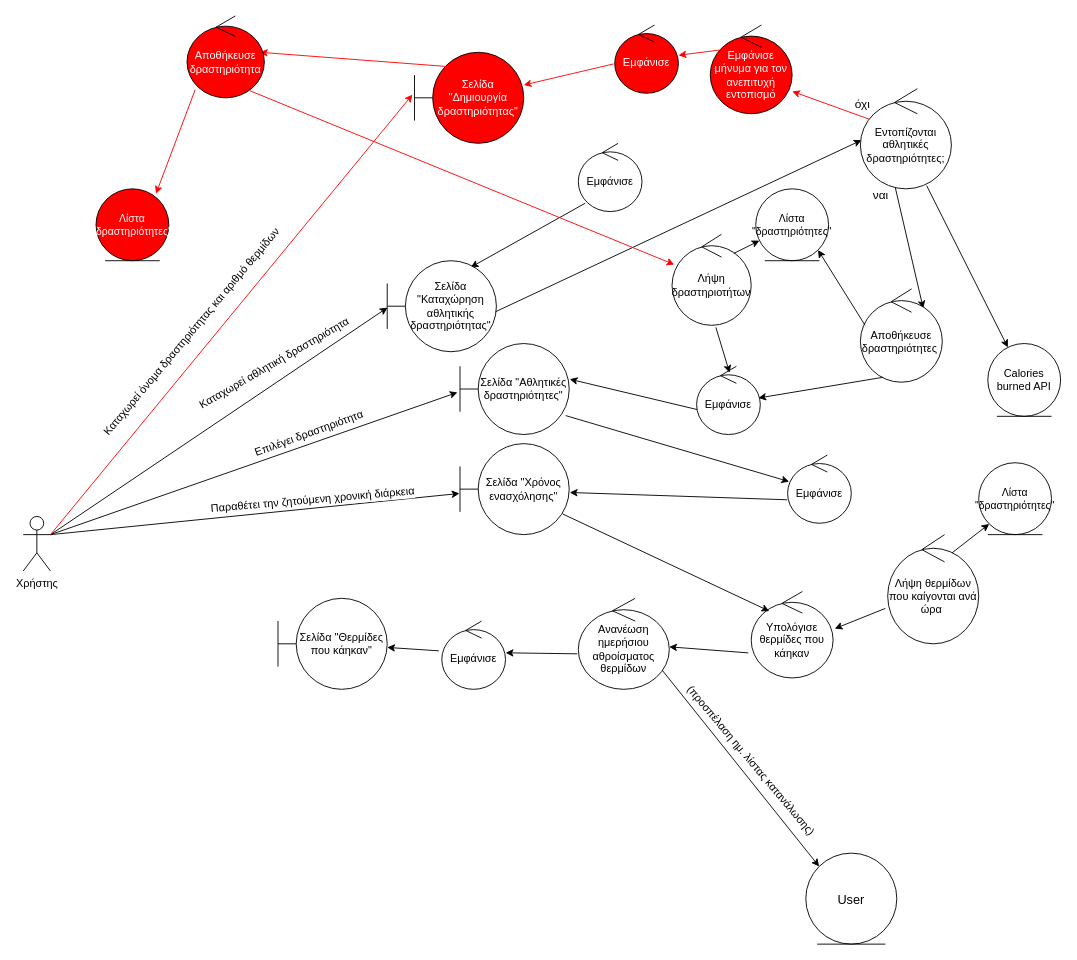
The draw.io diagram ΤΕΛΙΚΟ ΠΑΡΑΔΟΤΕΟ/Robustness_diag_v1.0/rd_άθληση_και_υπολ_θερμίδων.drawio in Dionkaps/Eu-Zin, before the edit. Source tidied: cells renumbered, new cells numbered last; positions are measured from the earlier drawing's top-left corner, leaving out a move shared by most shapes. Both pictures are drawn from the tidied source at 91%, with x=0, y=0 at pixel (23, 15).
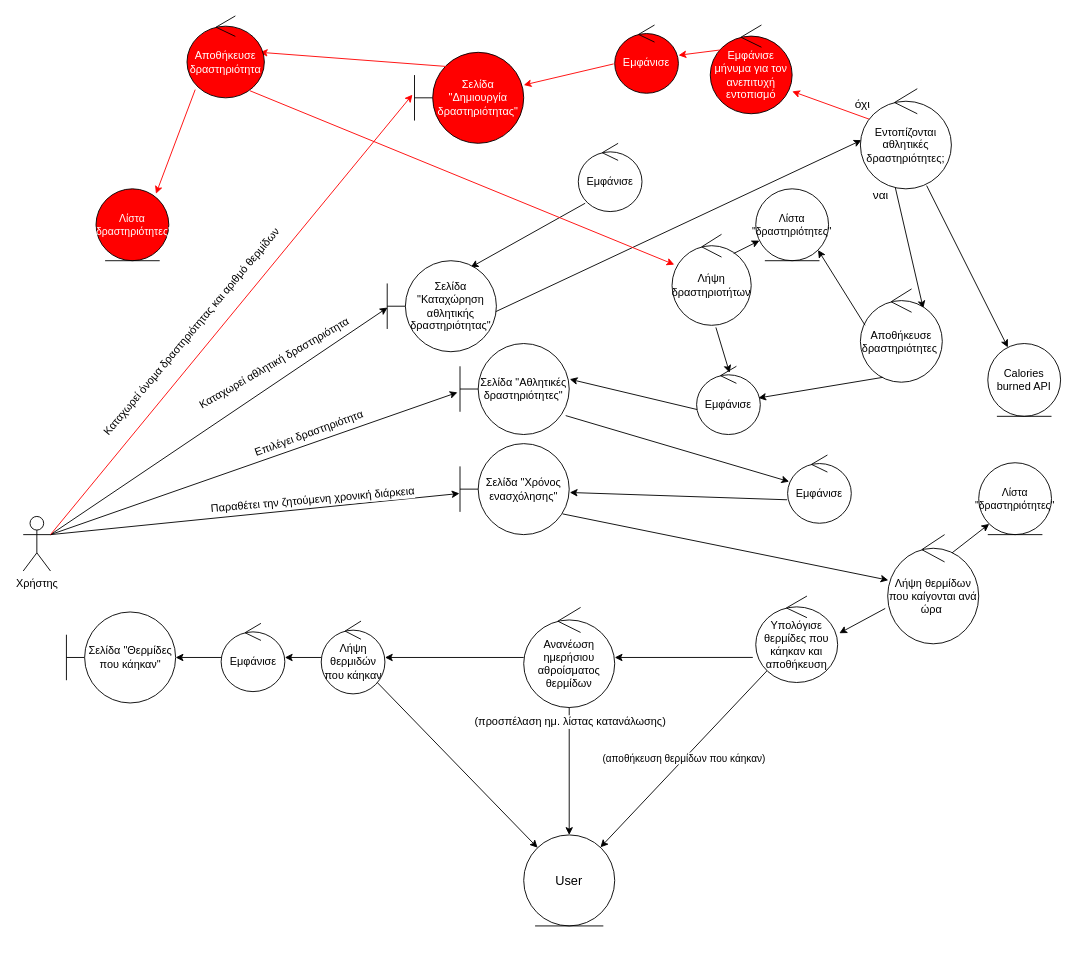
After the change.

The change refers to these unchanged cells:
```xml
<mxCell id="22" value="&lt;font&gt;Σελίδα &quot;Χρόνος ενασχόλησης&quot;&lt;/font&gt;" style="shape=umlBoundary;whiteSpace=wrap;html=1;strokeColor=#000000;fontColor=#000000;" parent="1" vertex="1">
  <mxGeometry x="480" y="470" width="120" height="100" as="geometry" />
</mxCell>
<mxCell id="58" value="Λήψη θερμίδων που καίγονται ανά ώρα&amp;nbsp;" style="ellipse;shape=umlControl;whiteSpace=wrap;html=1;strokeColor=#000000;" parent="1" vertex="1">
  <mxGeometry x="950" y="570" width="100" height="120" as="geometry" />
</mxCell>
```

Change to the diagram source:
```diff
@@
+    <mxCell id="61" value="(αποθήκευση θερμίδων που κάηκαν)" style="rounded=0;jettySize=auto;html=1;" parent="1" edge="1" source="25" target="30">
+      <mxGeometry relative="1" as="geometry" />
+    </mxCell>
-    <mxCell id="25" value="Υπολόγισε θερμίδες που κάηκαν" style="ellipse;shape=umlControl;whiteSpace=wrap;html=1;strokeColor=#000000;" parent="1" vertex="1">
-      <mxGeometry x="800" y="632.5" width="90" height="95" as="geometry" />
+    <mxCell id="25" value="Υπολόγισε θερμίδες που κάηκαν και αποθήκευση" style="ellipse;shape=umlControl;whiteSpace=wrap;html=1;strokeColor=#000000;" parent="1" vertex="1">
+      <mxGeometry x="805" y="637.5" width="90" height="95" as="geometry" />
     </mxCell>
@@
+    <mxCell id="53" style="edgeStyle=none;rounded=0;jettySize=auto;html=1;" parent="1" edge="1" source="27" target="28">
+      <mxGeometry relative="1" as="geometry" />
+    </mxCell>
     <mxCell id="27" value="Εμφάνισε" style="ellipse;shape=umlControl;whiteSpace=wrap;html=1;strokeColor=#000000;" parent="1" vertex="1">
-      <mxGeometry x="460" y="665" width="70" height="75" as="geometry" />
+      <mxGeometry x="217.5" y="667.5" width="70" height="75" as="geometry" />
     </mxCell>
     <mxCell id="28" value="&lt;font&gt;Σελίδα &quot;Θερμίδες που κάηκαν&quot;&lt;/font&gt;" style="shape=umlBoundary;whiteSpace=wrap;html=1;strokeColor=#000000;fontColor=#000000;" parent="1" vertex="1">
-      <mxGeometry x="280" y="640" width="120" height="100" as="geometry" />
+      <mxGeometry x="47.5" y="655" width="120" height="100" as="geometry" />
     </mxCell>
     <mxCell id="29" value="Ανανέωση ημερήσιου αθροίσματος θερμίδων" style="ellipse;shape=umlControl;whiteSpace=wrap;html=1;strokeColor=#000000;" parent="1" vertex="1">
-      <mxGeometry x="610" y="640" width="100" height="100" as="geometry" />
+      <mxGeometry x="550" y="650" width="100" height="110" as="geometry" />
     </mxCell>
+    <mxCell id="62" style="edgeStyle=none;rounded=0;jettySize=auto;html=1;" parent="1" edge="1" source="64" target="30">
+      <mxGeometry relative="1" as="geometry" />
+    </mxCell>
     <mxCell id="30" value="&lt;font style=&quot;font-size: 14px;&quot;&gt;User&lt;/font&gt;" style="ellipse;shape=umlEntity;whiteSpace=wrap;html=1;fontSize=16;strokeColor=#000000;fontColor=#000000;" parent="1" vertex="1">
-      <mxGeometry x="860" y="920" width="100" height="100" as="geometry" />
+      <mxGeometry x="550" y="900" width="100" height="100" as="geometry" />
     </mxCell>
-    <mxCell id="31" style="edgeStyle=none;rounded=0;jettySize=auto;html=1;exitX=0.922;exitY=0.79;exitDx=0;exitDy=0;exitPerimeter=0;entryX=0;entryY=0;entryDx=0;entryDy=0;" parent="1" edge="1" source="29" target="30">
+    <mxCell id="31" style="edgeStyle=none;rounded=0;jettySize=auto;html=1;entryX=0.5;entryY=0;entryDx=0;entryDy=0;" parent="1" edge="1" source="29" target="30">
       <mxGeometry relative="1" as="geometry" />
     </mxCell>
@@
-    <mxCell id="44" style="edgeStyle=none;rounded=0;jettySize=auto;html=1;exitX=0.939;exitY=0.772;exitDx=0;exitDy=0;exitPerimeter=0;entryX=0.221;entryY=0.227;entryDx=0;entryDy=0;entryPerimeter=0;" parent="1" edge="1" source="22" target="25">
+    <mxCell id="44" style="edgeStyle=none;rounded=0;jettySize=auto;html=1;exitX=0.939;exitY=0.772;exitDx=0;exitDy=0;exitPerimeter=0;" parent="1" edge="1" source="22" target="58">
       <mxGeometry relative="1" as="geometry" />
     </mxCell>
@@
-    <mxCell id="52" style="edgeStyle=none;rounded=0;jettySize=auto;html=1;exitX=-0.01;exitY=0.61;exitDx=0;exitDy=0;exitPerimeter=0;entryX=1.002;entryY=0.465;entryDx=0;entryDy=0;entryPerimeter=0;" parent="1" edge="1" source="29" target="27">
+    <mxCell id="52" style="edgeStyle=none;rounded=0;jettySize=auto;html=1;" parent="1" edge="1" source="29" target="64">
       <mxGeometry relative="1" as="geometry" />
     </mxCell>
-    <mxCell id="53" style="edgeStyle=none;rounded=0;jettySize=auto;html=1;exitX=-0.046;exitY=0.436;exitDx=0;exitDy=0;exitPerimeter=0;" parent="1" edge="1" source="27" target="28">
-      <mxGeometry relative="1" as="geometry" />
-    </mxCell>
@@
-    <mxCell id="60" value="(προσπέλαση ημ. λίστας κατανάλωσης)" style="edgeLabel;html=1;align=center;verticalAlign=middle;fontSize=12;rotation=50;" parent="1" vertex="1">
-      <mxGeometry x="810" y="820" as="geometry">
-        <mxPoint x="-9" y="6" as="offset" />
+    <mxCell id="60" value="(προσπέλαση ημ. λίστας κατανάλωσης)" style="edgeLabel;html=1;align=center;verticalAlign=middle;fontSize=12;rotation=0;" parent="1" vertex="1">
+      <mxGeometry x="610" y="790" as="geometry">
+        <mxPoint x="-10" y="-15" as="offset" />
       </mxGeometry>
     </mxCell>
+    <mxCell id="63" style="edgeStyle=none;rounded=0;jettySize=auto;html=1;" parent="1" edge="1" source="64" target="27">
+      <mxGeometry relative="1" as="geometry" />
+    </mxCell>
+    <mxCell id="64" value="Λήψη θερμιδών που κάηκαν" style="ellipse;shape=umlControl;whiteSpace=wrap;html=1;" parent="1" vertex="1">
+      <mxGeometry x="327.5" y="665" width="70" height="80" as="geometry" />
+    </mxCell>
```
